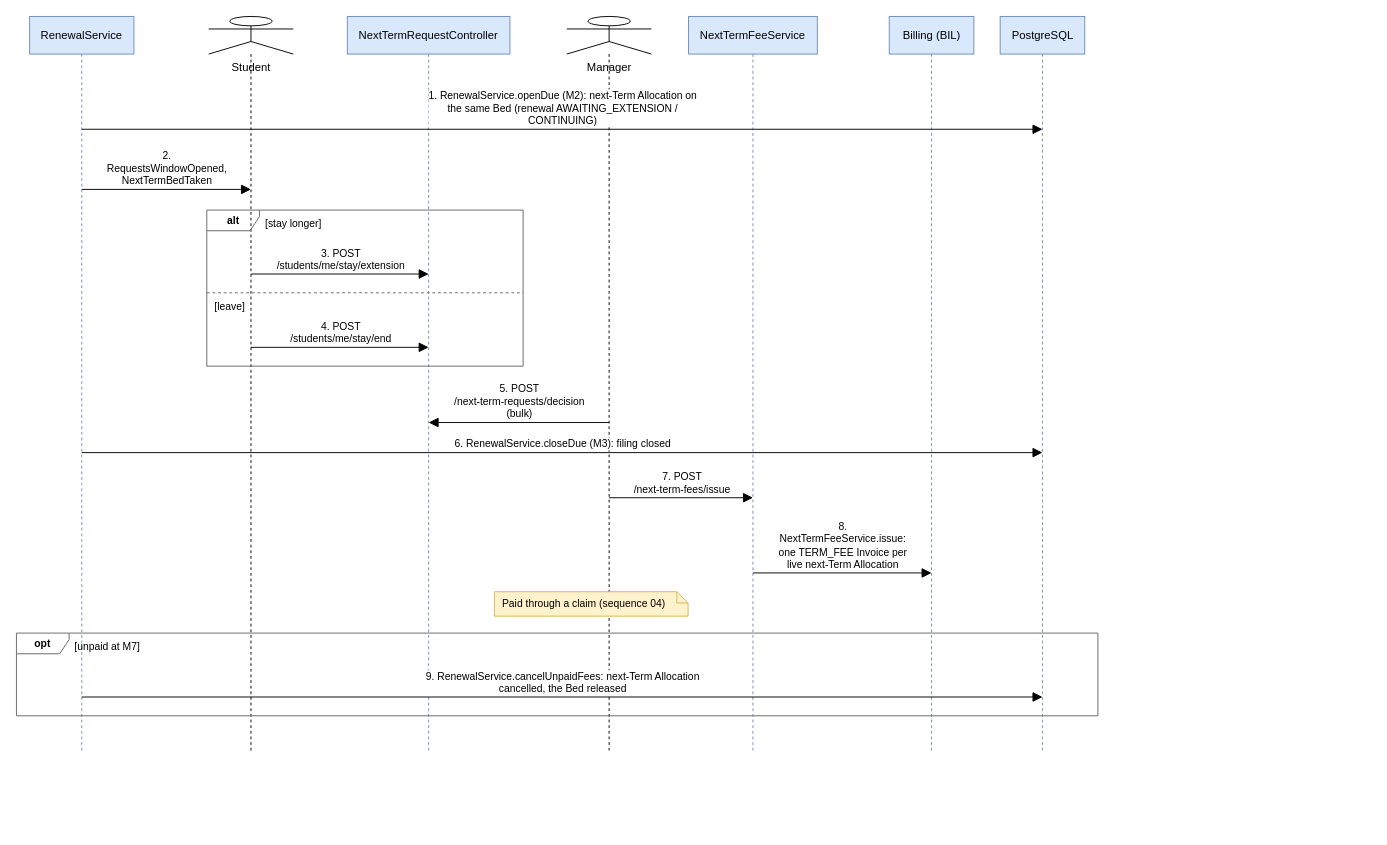
tisou47/CampusStay-FPT keeps this draw.io diagram as docs/Diagrams/07_Sequence/seq-14-renewal-next-term-fee.drawio. Above is the earlier version. Source tidied: cells renumbered, new cells numbered last; positions are measured from the earlier drawing's top-left corner, leaving out a move shared by most shapes. Both pictures are drawn from the tidied source at 94%, with x=0, y=0 at pixel (16, 16).
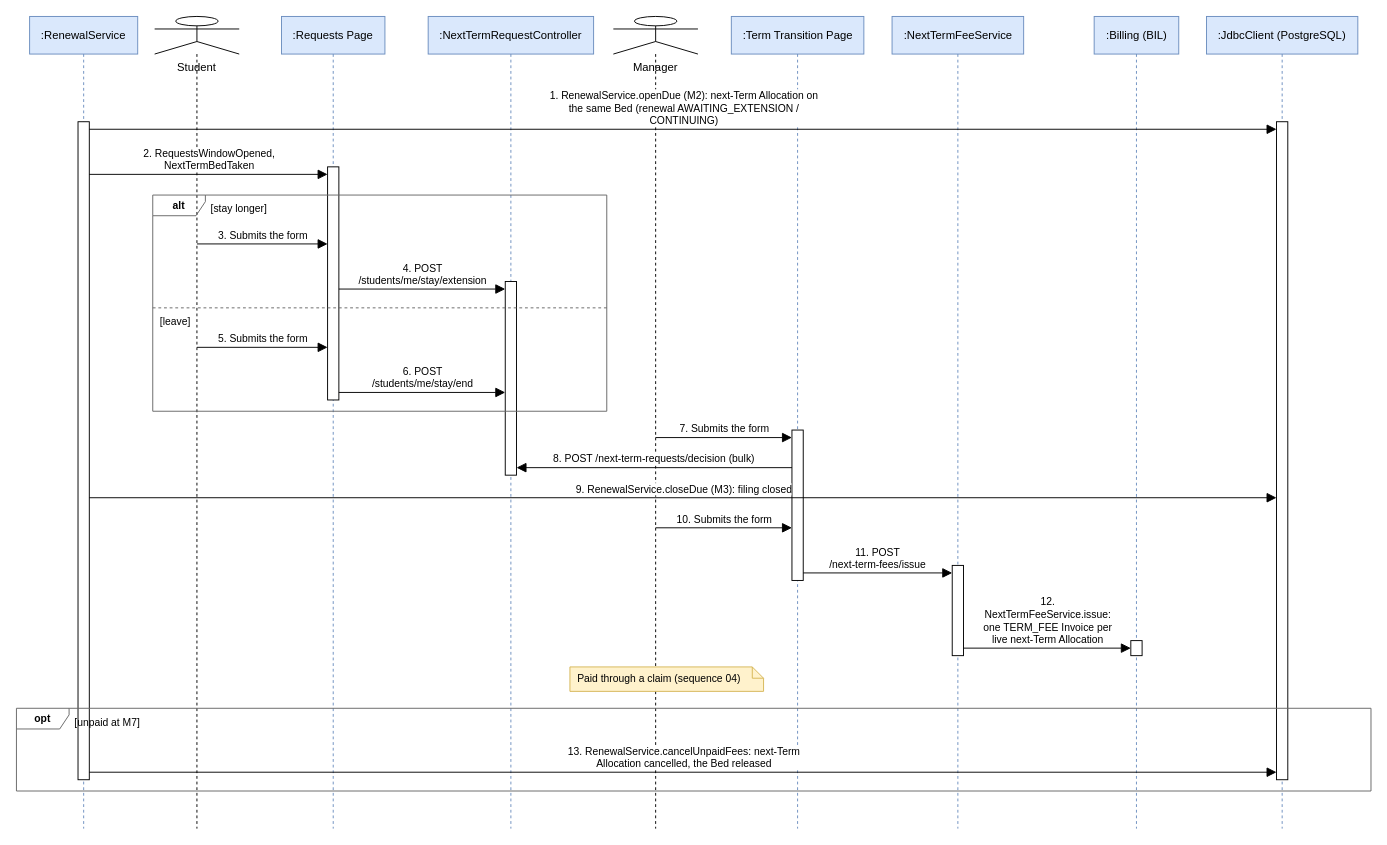
The same diagram, later.

Diff of the diagram source:
```diff
@@
-    <mxCell id="2" value="RenewalService" style="shape=umlLifeline;perimeter=lifelinePerimeter;size=40;html=1;whiteSpace=wrap;fontSize=12;fontFamily=Helvetica;fillColor=#dae8fc;strokeColor=#6c8ebf;" parent="1" vertex="1">
-      <mxGeometry x="14" width="111" height="784" as="geometry" />
+    <mxCell id="2" value=":RenewalService" style="shape=umlLifeline;perimeter=lifelinePerimeter;size=40;html=1;whiteSpace=wrap;fontSize=12;fontFamily=Helvetica;fillColor=#dae8fc;strokeColor=#6c8ebf;" parent="1" vertex="1">
+      <mxGeometry x="14" width="115" height="864" as="geometry" />
     </mxCell>
     <mxCell id="3" value="Student" style="shape=umlLifeline;participant=umlActor;perimeter=lifelinePerimeter;size=40;verticalAlign=top;spacingTop=40;html=1;whiteSpace=wrap;fontSize=12;fontFamily=Helvetica;" parent="1" vertex="1">
-      <mxGeometry x="204.5" width="90" height="784" as="geometry" />
+      <mxGeometry x="147" width="90" height="864" as="geometry" />
     </mxCell>
+    <mxCell id="25" value=":Requests Page" style="shape=umlLifeline;perimeter=lifelinePerimeter;size=40;html=1;whiteSpace=wrap;fontSize=12;fontFamily=Helvetica;fillColor=#dae8fc;strokeColor=#6c8ebf;" parent="1" vertex="1">
+      <mxGeometry x="282" width="110" height="864" as="geometry" />
+    </mxCell>
-    <mxCell id="4" value="NextTermRequestController" style="shape=umlLifeline;perimeter=lifelinePerimeter;size=40;html=1;whiteSpace=wrap;fontSize=12;fontFamily=Helvetica;fillColor=#dae8fc;strokeColor=#6c8ebf;" parent="1" vertex="1">
-      <mxGeometry x="352" width="173" height="784" as="geometry" />
+    <mxCell id="4" value=":NextTermRequestController" style="shape=umlLifeline;perimeter=lifelinePerimeter;size=40;html=1;whiteSpace=wrap;fontSize=12;fontFamily=Helvetica;fillColor=#dae8fc;strokeColor=#6c8ebf;" parent="1" vertex="1">
+      <mxGeometry x="438" width="176" height="864" as="geometry" />
     </mxCell>
     <mxCell id="5" value="Manager" style="shape=umlLifeline;participant=umlActor;perimeter=lifelinePerimeter;size=40;verticalAlign=top;spacingTop=40;html=1;whiteSpace=wrap;fontSize=12;fontFamily=Helvetica;" parent="1" vertex="1">
-      <mxGeometry x="585.5" width="90" height="784" as="geometry" />
+      <mxGeometry x="635" width="90" height="864" as="geometry" />
     </mxCell>
+    <mxCell id="26" value=":Term Transition Page" style="shape=umlLifeline;perimeter=lifelinePerimeter;size=40;html=1;whiteSpace=wrap;fontSize=12;fontFamily=Helvetica;fillColor=#dae8fc;strokeColor=#6c8ebf;" parent="1" vertex="1">
+      <mxGeometry x="760.5" width="141" height="864" as="geometry" />
+    </mxCell>
-    <mxCell id="6" value="NextTermFeeService" style="shape=umlLifeline;perimeter=lifelinePerimeter;size=40;html=1;whiteSpace=wrap;fontSize=12;fontFamily=Helvetica;fillColor=#dae8fc;strokeColor=#6c8ebf;" parent="1" vertex="1">
-      <mxGeometry x="715" width="137" height="784" as="geometry" />
+    <mxCell id="6" value=":NextTermFeeService" style="shape=umlLifeline;perimeter=lifelinePerimeter;size=40;html=1;whiteSpace=wrap;fontSize=12;fontFamily=Helvetica;fillColor=#dae8fc;strokeColor=#6c8ebf;" parent="1" vertex="1">
+      <mxGeometry x="931.5" width="140" height="864" as="geometry" />
     </mxCell>
-    <mxCell id="7" value="Billing (BIL)" style="shape=umlLifeline;perimeter=lifelinePerimeter;size=40;html=1;whiteSpace=wrap;fontSize=12;fontFamily=Helvetica;fillColor=#dae8fc;strokeColor=#6c8ebf;" parent="1" vertex="1">
-      <mxGeometry x="928.5" width="90" height="784" as="geometry" />
+    <mxCell id="7" value=":Billing (BIL)" style="shape=umlLifeline;perimeter=lifelinePerimeter;size=40;html=1;whiteSpace=wrap;fontSize=12;fontFamily=Helvetica;fillColor=#dae8fc;strokeColor=#6c8ebf;" parent="1" vertex="1">
+      <mxGeometry x="1146.5" width="90" height="864" as="geometry" />
     </mxCell>
-    <mxCell id="8" value="PostgreSQL" style="shape=umlLifeline;perimeter=lifelinePerimeter;size=40;html=1;whiteSpace=wrap;fontSize=12;fontFamily=Helvetica;fillColor=#dae8fc;strokeColor=#6c8ebf;" parent="1" vertex="1">
-      <mxGeometry x="1046.5" width="90" height="784" as="geometry" />
+    <mxCell id="8" value=":JdbcClient (PostgreSQL)" style="shape=umlLifeline;perimeter=lifelinePerimeter;size=40;html=1;whiteSpace=wrap;fontSize=12;fontFamily=Helvetica;fillColor=#dae8fc;strokeColor=#6c8ebf;" parent="1" vertex="1">
+      <mxGeometry x="1266" width="161" height="864" as="geometry" />
     </mxCell>
-    <mxCell id="9" value="1. RenewalService.openDue (M2): next-Term Allocation on&lt;br&gt;the same Bed (renewal AWAITING_EXTENSION /&lt;br&gt;CONTINUING)" style="html=1;rounded=1;fontSize=11;fontFamily=Helvetica;labelBackgroundColor=#ffffff;verticalAlign=bottom;endArrow=block;endFill=1;endSize=8;" parent="1" edge="1">
-      <mxGeometry relative="1" as="geometry">
-        <mxPoint x="69.5" y="120" as="sourcePoint" />
-        <mxPoint x="1091.5" y="120" as="targetPoint" />
-      </mxGeometry>
+    <mxCell id="9" style="rounded=0;whiteSpace=wrap;html=1;fillColor=#FFFFFF;strokeColor=#000000;" parent="1" vertex="1">
+      <mxGeometry x="65.5" y="112" width="12" height="700" as="geometry" />
     </mxCell>
-    <mxCell id="10" value="2.&lt;br&gt;RequestsWindowOpened,&lt;br&gt;NextTermBedTaken" style="html=1;rounded=1;fontSize=11;fontFamily=Helvetica;labelBackgroundColor=#ffffff;verticalAlign=bottom;endArrow=block;endFill=1;endSize=8;" parent="1" edge="1">
-      <mxGeometry relative="1" as="geometry">
-        <mxPoint x="69.5" y="184" as="sourcePoint" />
-        <mxPoint x="249.5" y="184" as="targetPoint" />
-      </mxGeometry>
+    <mxCell id="10" style="rounded=0;whiteSpace=wrap;html=1;fillColor=#FFFFFF;strokeColor=#000000;" parent="1" vertex="1">
+      <mxGeometry x="1340.5" y="112" width="12" height="700" as="geometry" />
     </mxCell>
-    <mxCell id="11" value="3. POST&lt;br&gt;/students/me/stay/extension" style="html=1;rounded=1;fontSize=11;fontFamily=Helvetica;labelBackgroundColor=#ffffff;verticalAlign=bottom;endArrow=block;endFill=1;endSize=8;" parent="1" edge="1">
-      <mxGeometry relative="1" as="geometry">
-        <mxPoint x="249.5" y="274" as="sourcePoint" />
-        <mxPoint x="438.5" y="274" as="targetPoint" />
-      </mxGeometry>
+    <mxCell id="11" style="rounded=0;whiteSpace=wrap;html=1;fillColor=#FFFFFF;strokeColor=#000000;" parent="1" vertex="1">
+      <mxGeometry x="331" y="160" width="12" height="248" as="geometry" />
     </mxCell>
-    <mxCell id="12" value="4. POST&lt;br&gt;/students/me/stay/end" style="html=1;rounded=1;fontSize=11;fontFamily=Helvetica;labelBackgroundColor=#ffffff;verticalAlign=bottom;endArrow=block;endFill=1;endSize=8;" parent="1" edge="1">
-      <mxGeometry relative="1" as="geometry">
-        <mxPoint x="249.5" y="352" as="sourcePoint" />
-        <mxPoint x="438.5" y="352" as="targetPoint" />
-      </mxGeometry>
+    <mxCell id="12" style="rounded=0;whiteSpace=wrap;html=1;fillColor=#FFFFFF;strokeColor=#000000;" parent="1" vertex="1">
+      <mxGeometry x="520" y="282" width="12" height="206" as="geometry" />
     </mxCell>
-    <mxCell id="13" value="alt" style="shape=umlFrame;whiteSpace=wrap;html=1;width=56;height=22;fontSize=11;fontStyle=1;fillColor=none;strokeColor=#666666;" parent="1" vertex="1">
-      <mxGeometry x="202.5" y="206" width="336.5" height="166" as="geometry" />
+    <mxCell id="13" style="rounded=0;whiteSpace=wrap;html=1;fillColor=#FFFFFF;strokeColor=#000000;" parent="1" vertex="1">
+      <mxGeometry x="825" y="440" width="12" height="160" as="geometry" />
     </mxCell>
-    <mxCell id="14" value="[stay longer]" style="text;html=1;whiteSpace=wrap;fontSize=12;fontFamily=Helvetica;align=left;verticalAlign=top;fillColor=none;strokeColor=none;fontSize=11;" parent="1" vertex="1">
-      <mxGeometry x="262.5" y="208" width="88.7" height="20" as="geometry" />
+    <mxCell id="14" style="rounded=0;whiteSpace=wrap;html=1;fillColor=#FFFFFF;strokeColor=#000000;" parent="1" vertex="1">
+      <mxGeometry x="995.5" y="584" width="12" height="96" as="geometry" />
     </mxCell>
-    <mxCell id="15" style="html=1;rounded=1;fontSize=11;fontFamily=Helvetica;labelBackgroundColor=#ffffff;endArrow=none;dashed=1;strokeColor=#666666;" parent="1" edge="1">
-      <mxGeometry relative="1" as="geometry">
-        <mxPoint x="202.5" y="294" as="sourcePoint" />
-        <mxPoint x="539" y="294" as="targetPoint" />
-      </mxGeometry>
+    <mxCell id="15" style="rounded=0;whiteSpace=wrap;html=1;fillColor=#FFFFFF;strokeColor=#000000;" parent="1" vertex="1">
+      <mxGeometry x="1185.5" y="664" width="12" height="16" as="geometry" />
     </mxCell>
-    <mxCell id="16" value="[leave]" style="text;html=1;whiteSpace=wrap;fontSize=12;fontFamily=Helvetica;align=left;verticalAlign=top;fillColor=none;strokeColor=none;fontSize=11;" parent="1" vertex="1">
-      <mxGeometry x="208.5" y="296" width="58.7" height="20" as="geometry" />
+    <mxCell id="16" value="1. RenewalService.openDue (M2): next-Term Allocation on&lt;br&gt;the same Bed (renewal AWAITING_EXTENSION /&lt;br&gt;CONTINUING)" style="html=1;rounded=1;fontSize=11;fontFamily=Helvetica;labelBackgroundColor=#ffffff;verticalAlign=bottom;endArrow=block;endFill=1;endSize=8;" parent="1" edge="1">
+      <mxGeometry relative="1" as="geometry">
+        <mxPoint x="77.5" y="120" as="sourcePoint" />
+        <mxPoint x="1340.5" y="120" as="targetPoint" />
+      </mxGeometry>
     </mxCell>
-    <mxCell id="17" value="5. POST&lt;br&gt;/next-term-requests/decision&lt;br&gt;(bulk)" style="html=1;rounded=1;fontSize=11;fontFamily=Helvetica;labelBackgroundColor=#ffffff;verticalAlign=bottom;endArrow=block;endFill=1;endSize=8;" parent="1" edge="1">
+    <mxCell id="17" value="2. RequestsWindowOpened,&lt;br&gt;NextTermBedTaken" style="html=1;rounded=1;fontSize=11;fontFamily=Helvetica;labelBackgroundColor=#ffffff;verticalAlign=bottom;endArrow=block;endFill=1;endSize=8;" parent="1" edge="1">
       <mxGeometry relative="1" as="geometry">
-        <mxPoint x="630.5" y="432" as="sourcePoint" />
-        <mxPoint x="438.5" y="432" as="targetPoint" />
+        <mxPoint x="77.5" y="168" as="sourcePoint" />
+        <mxPoint x="331" y="168" as="targetPoint" />
       </mxGeometry>
     </mxCell>
-    <mxCell id="18" value="6. RenewalService.closeDue (M3): filing closed" style="html=1;rounded=1;fontSize=11;fontFamily=Helvetica;labelBackgroundColor=#ffffff;verticalAlign=bottom;endArrow=block;endFill=1;endSize=8;" parent="1" edge="1">
+    <mxCell id="18" value="3. Submits the form" style="html=1;rounded=1;fontSize=11;fontFamily=Helvetica;labelBackgroundColor=#ffffff;verticalAlign=bottom;endArrow=block;endFill=1;endSize=8;" parent="1" edge="1">
       <mxGeometry relative="1" as="geometry">
-        <mxPoint x="69.5" y="464" as="sourcePoint" />
-        <mxPoint x="1091.5" y="464" as="targetPoint" />
+        <mxPoint x="192" y="242" as="sourcePoint" />
+        <mxPoint x="331" y="242" as="targetPoint" />
       </mxGeometry>
     </mxCell>
-    <mxCell id="19" value="7. POST&lt;br&gt;/next-term-fees/issue" style="html=1;rounded=1;fontSize=11;fontFamily=Helvetica;labelBackgroundColor=#ffffff;verticalAlign=bottom;endArrow=block;endFill=1;endSize=8;" parent="1" edge="1">
+    <mxCell id="19" value="4. POST&lt;br&gt;/students/me/stay/extension" style="html=1;rounded=1;fontSize=11;fontFamily=Helvetica;labelBackgroundColor=#ffffff;verticalAlign=bottom;endArrow=block;endFill=1;endSize=8;" parent="1" edge="1">
       <mxGeometry relative="1" as="geometry">
-        <mxPoint x="630.5" y="512" as="sourcePoint" />
-        <mxPoint x="783.5" y="512" as="targetPoint" />
+        <mxPoint x="343" y="290" as="sourcePoint" />
+        <mxPoint x="520" y="290" as="targetPoint" />
       </mxGeometry>
     </mxCell>
-    <mxCell id="20" value="8.&lt;br&gt;NextTermFeeService.issue:&lt;br&gt;one TERM_FEE Invoice per&lt;br&gt;live next-Term Allocation" style="html=1;rounded=1;fontSize=11;fontFamily=Helvetica;labelBackgroundColor=#ffffff;verticalAlign=bottom;endArrow=block;endFill=1;endSize=8;" parent="1" edge="1">
+    <mxCell id="20" value="5. Submits the form" style="html=1;rounded=1;fontSize=11;fontFamily=Helvetica;labelBackgroundColor=#ffffff;verticalAlign=bottom;endArrow=block;endFill=1;endSize=8;" parent="1" edge="1">
       <mxGeometry relative="1" as="geometry">
-        <mxPoint x="783.5" y="592" as="sourcePoint" />
-        <mxPoint x="973.5" y="592" as="targetPoint" />
+        <mxPoint x="192" y="352" as="sourcePoint" />
+        <mxPoint x="331" y="352" as="targetPoint" />
       </mxGeometry>
     </mxCell>
-    <mxCell id="21" value="Paid through a claim (sequence 04)" style="shape=note;size=12;html=1;whiteSpace=wrap;fontSize=12;fontFamily=Helvetica;fillColor=#fff2cc;strokeColor=#d6b656;fontSize=11;align=left;spacingLeft=6;" parent="1" vertex="1">
-      <mxGeometry x="508.5" y="612" width="206" height="26" as="geometry" />
+    <mxCell id="21" value="6. POST&lt;br&gt;/students/me/stay/end" style="html=1;rounded=1;fontSize=11;fontFamily=Helvetica;labelBackgroundColor=#ffffff;verticalAlign=bottom;endArrow=block;endFill=1;endSize=8;" parent="1" edge="1">
+      <mxGeometry relative="1" as="geometry">
+        <mxPoint x="343" y="400" as="sourcePoint" />
+        <mxPoint x="520" y="400" as="targetPoint" />
+      </mxGeometry>
     </mxCell>
-    <mxCell id="22" value="9. RenewalService.cancelUnpaidFees: next-Term Allocation&lt;br&gt;cancelled, the Bed released" style="html=1;rounded=1;fontSize=11;fontFamily=Helvetica;labelBackgroundColor=#ffffff;verticalAlign=bottom;endArrow=block;endFill=1;endSize=8;" parent="1" edge="1">
-      <mxGeometry relative="1" as="geometry">
-        <mxPoint x="69.5" y="724" as="sourcePoint" />
-        <mxPoint x="1091.5" y="724" as="targetPoint" />
-      </mxGeometry>
+    <mxCell id="22" value="alt" style="shape=umlFrame;whiteSpace=wrap;html=1;width=56;height=22;fontSize=11;fontStyle=1;fillColor=none;strokeColor=#666666;" parent="1" vertex="1">
+      <mxGeometry x="145" y="190" width="483" height="230" as="geometry" />
     </mxCell>
-    <mxCell id="23" value="opt" style="shape=umlFrame;whiteSpace=wrap;html=1;width=56;height=22;fontSize=11;fontStyle=1;fillColor=none;strokeColor=#666666;" parent="1" vertex="1">
-      <mxGeometry y="656" width="1150.5" height="88" as="geometry" />
+    <mxCell id="23" value="[stay longer]" style="text;html=1;whiteSpace=wrap;fontSize=12;fontFamily=Helvetica;align=left;verticalAlign=top;fillColor=none;strokeColor=none;fontSize=11;" parent="1" vertex="1">
+      <mxGeometry x="205" y="192" width="88.7" height="20" as="geometry" />
     </mxCell>
-    <mxCell id="24" value="[unpaid at M7]" style="text;html=1;whiteSpace=wrap;fontSize=12;fontFamily=Helvetica;align=left;verticalAlign=top;fillColor=none;strokeColor=none;fontSize=11;" parent="1" vertex="1">
-      <mxGeometry x="60" y="658" width="99.4" height="20" as="geometry" />
+    <mxCell id="24" style="html=1;rounded=1;fontSize=11;fontFamily=Helvetica;labelBackgroundColor=#ffffff;endArrow=none;dashed=1;strokeColor=#666666;" parent="1" edge="1">
+      <mxGeometry relative="1" as="geometry">
+        <mxPoint x="145" y="310" as="sourcePoint" />
+        <mxPoint x="628" y="310" as="targetPoint" />
+      </mxGeometry>
     </mxCell>
+    <mxCell id="27" value="[leave]" style="text;html=1;whiteSpace=wrap;fontSize=12;fontFamily=Helvetica;align=left;verticalAlign=top;fillColor=none;strokeColor=none;fontSize=11;" parent="1" vertex="1">
+      <mxGeometry x="151" y="312" width="58.7" height="20" as="geometry" />
+    </mxCell>
+    <mxCell id="28" value="7. Submits the form" style="html=1;rounded=1;fontSize=11;fontFamily=Helvetica;labelBackgroundColor=#ffffff;verticalAlign=bottom;endArrow=block;endFill=1;endSize=8;" parent="1" edge="1">
+      <mxGeometry relative="1" as="geometry">
+        <mxPoint x="680" y="448" as="sourcePoint" />
+        <mxPoint x="825" y="448" as="targetPoint" />
+      </mxGeometry>
+    </mxCell>
+    <mxCell id="29" value="8. POST /next-term-requests/decision (bulk)" style="html=1;rounded=1;fontSize=11;fontFamily=Helvetica;labelBackgroundColor=#ffffff;verticalAlign=bottom;endArrow=block;endFill=1;endSize=8;" parent="1" edge="1">
+      <mxGeometry relative="1" as="geometry">
+        <mxPoint x="825" y="480" as="sourcePoint" />
+        <mxPoint x="532" y="480" as="targetPoint" />
+      </mxGeometry>
+    </mxCell>
+    <mxCell id="30" value="9. RenewalService.closeDue (M3): filing closed" style="html=1;rounded=1;fontSize=11;fontFamily=Helvetica;labelBackgroundColor=#ffffff;verticalAlign=bottom;endArrow=block;endFill=1;endSize=8;" parent="1" edge="1">
+      <mxGeometry relative="1" as="geometry">
+        <mxPoint x="77.5" y="512" as="sourcePoint" />
+        <mxPoint x="1340.5" y="512" as="targetPoint" />
+      </mxGeometry>
+    </mxCell>
+    <mxCell id="31" value="10. Submits the form" style="html=1;rounded=1;fontSize=11;fontFamily=Helvetica;labelBackgroundColor=#ffffff;verticalAlign=bottom;endArrow=block;endFill=1;endSize=8;" parent="1" edge="1">
+      <mxGeometry relative="1" as="geometry">
+        <mxPoint x="680" y="544" as="sourcePoint" />
+        <mxPoint x="825" y="544" as="targetPoint" />
+      </mxGeometry>
+    </mxCell>
+    <mxCell id="32" value="11. POST&lt;br&gt;/next-term-fees/issue" style="html=1;rounded=1;fontSize=11;fontFamily=Helvetica;labelBackgroundColor=#ffffff;verticalAlign=bottom;endArrow=block;endFill=1;endSize=8;" parent="1" edge="1">
+      <mxGeometry relative="1" as="geometry">
+        <mxPoint x="837" y="592" as="sourcePoint" />
+        <mxPoint x="995.5" y="592" as="targetPoint" />
+      </mxGeometry>
+    </mxCell>
+    <mxCell id="33" value="12.&lt;br&gt;NextTermFeeService.issue:&lt;br&gt;one TERM_FEE Invoice per&lt;br&gt;live next-Term Allocation" style="html=1;rounded=1;fontSize=11;fontFamily=Helvetica;labelBackgroundColor=#ffffff;verticalAlign=bottom;endArrow=block;endFill=1;endSize=8;" parent="1" edge="1">
+      <mxGeometry relative="1" as="geometry">
+        <mxPoint x="1007.5" y="672" as="sourcePoint" />
+        <mxPoint x="1185.5" y="672" as="targetPoint" />
+      </mxGeometry>
+    </mxCell>
+    <mxCell id="34" value="Paid through a claim (sequence 04)" style="shape=note;size=12;html=1;whiteSpace=wrap;fontSize=12;fontFamily=Helvetica;fillColor=#fff2cc;strokeColor=#d6b656;fontSize=11;align=left;spacingLeft=6;" parent="1" vertex="1">
+      <mxGeometry x="588.8" y="692" width="206" height="26" as="geometry" />
+    </mxCell>
+    <mxCell id="35" value="13. RenewalService.cancelUnpaidFees: next-Term&lt;br&gt;Allocation cancelled, the Bed released" style="html=1;rounded=1;fontSize=11;fontFamily=Helvetica;labelBackgroundColor=#ffffff;verticalAlign=bottom;endArrow=block;endFill=1;endSize=8;" parent="1" edge="1">
+      <mxGeometry relative="1" as="geometry">
+        <mxPoint x="77.5" y="804" as="sourcePoint" />
+        <mxPoint x="1340.5" y="804" as="targetPoint" />
+      </mxGeometry>
+    </mxCell>
+    <mxCell id="36" value="opt" style="shape=umlFrame;whiteSpace=wrap;html=1;width=56;height=22;fontSize=11;fontStyle=1;fillColor=none;strokeColor=#666666;" parent="1" vertex="1">
+      <mxGeometry y="736" width="1441" height="88" as="geometry" />
+    </mxCell>
+    <mxCell id="37" value="[unpaid at M7]" style="text;html=1;whiteSpace=wrap;fontSize=12;fontFamily=Helvetica;align=left;verticalAlign=top;fillColor=none;strokeColor=none;fontSize=11;" parent="1" vertex="1">
+      <mxGeometry x="60" y="738" width="99.4" height="20" as="geometry" />
+    </mxCell>
```
